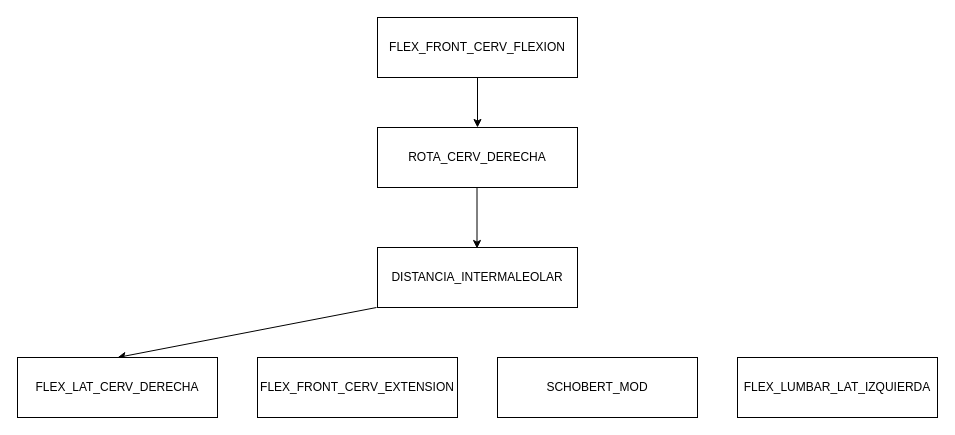
Earlier version of the draw.io diagram Untitled Diagram.drawio (jcmartinmu/bayes_cluster). Source tidied: cells renumbered, new cells numbered last; positions are measured from the earlier drawing's top-left corner, leaving out a move shared by most shapes. Both pictures are drawn from the tidied source at 100%, with x=0, y=0 at pixel (17, 17).
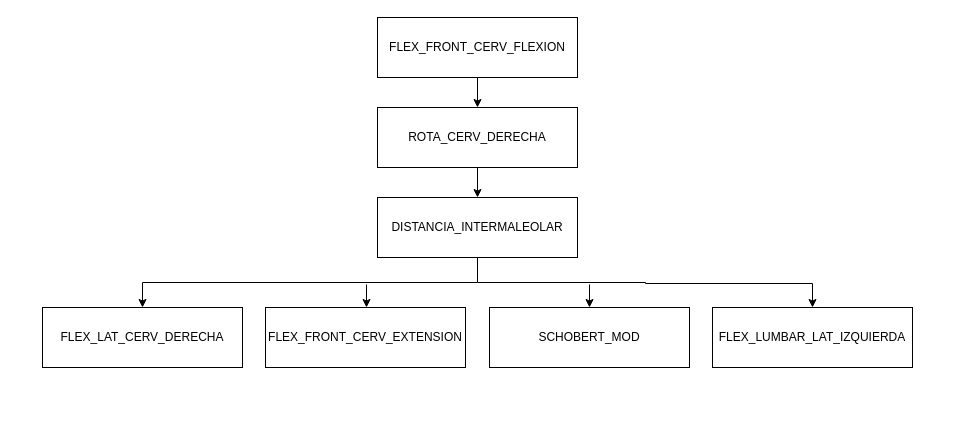
After the change.

Commit message:
mapa para artículo

What changed in the source:
```diff
@@
 <mxGraphModel>
   <root>
     <mxCell id="0" />
     <mxCell id="1" parent="0" />
+    <mxCell id="3" style="edgeStyle=orthogonalEdgeStyle;rounded=0;jettySize=auto;html=1;exitX=0.5;exitY=1;exitDx=0;exitDy=0;entryX=0.5;entryY=0;entryDx=0;entryDy=0;" parent="1" edge="1" source="2" target="4">
+      <mxGeometry relative="1" as="geometry" />
+    </mxCell>
     <mxCell id="2" value="FLEX_FRONT_CERV_FLEXION" style="rounded=0;whiteSpace=wrap;html=1;" parent="1" vertex="1">
       <mxGeometry x="360" width="200" height="60" as="geometry" />
     </mxCell>
-    <mxCell id="3" style="endArrow=classic;html=1;rounded=0;entryX=0.5;entryY=0;entryDx=0;entryDy=0;exitX=0.5;exitY=1;exitDx=0;exitDy=0;" parent="1" edge="1" source="2" target="4">
-      <mxGeometry relative="1" as="geometry" />
-    </mxCell>
+    <mxCell id="12" style="edgeStyle=orthogonalEdgeStyle;rounded=0;jettySize=auto;html=1;exitX=0.5;exitY=1;exitDx=0;exitDy=0;entryX=0.5;entryY=0;entryDx=0;entryDy=0;" parent="1" edge="1" source="4" target="7">
+      <mxGeometry relative="1" as="geometry" />
+    </mxCell>
     <mxCell id="4" value="ROTA_CERV_DERECHA" style="rounded=0;whiteSpace=wrap;html=1;" parent="1" vertex="1">
-      <mxGeometry x="360" y="110" width="200" height="60" as="geometry" />
+      <mxGeometry x="360" y="90" width="200" height="60" as="geometry" />
     </mxCell>
     <mxCell id="5" value="FLEX_FRONT_CERV_EXTENSION" style="rounded=0;whiteSpace=wrap;html=1;" parent="1" vertex="1">
-      <mxGeometry x="240" y="340" width="200" height="60" as="geometry" />
+      <mxGeometry x="248" y="290" width="200" height="60" as="geometry" />
     </mxCell>
-    <mxCell id="6" style="endArrow=classic;html=1;rounded=0;exitX=0.5;exitY=1;exitDx=0;exitDy=0;entryX=0.5;entryY=0;entryDx=0;entryDy=0;" parent="1" edge="1" target="9">
-      <mxGeometry relative="1" as="geometry">
-        <mxPoint x="359" y="290" as="sourcePoint" />
-      </mxGeometry>
-    </mxCell>
+    <mxCell id="13" style="edgeStyle=orthogonalEdgeStyle;rounded=0;jettySize=auto;html=1;exitX=0.5;exitY=1;exitDx=0;exitDy=0;entryX=0.5;entryY=0;entryDx=0;entryDy=0;" parent="1" edge="1" source="7" target="9">
+      <mxGeometry relative="1" as="geometry" />
+    </mxCell>
+    <mxCell id="14" style="edgeStyle=orthogonalEdgeStyle;rounded=0;jettySize=auto;html=1;entryX=0.5;entryY=0;entryDx=0;entryDy=0;" parent="1" edge="1" target="11">
+      <mxGeometry relative="1" as="geometry">
+        <mxPoint x="460" y="265" as="sourcePoint" />
+        <Array as="points">
+          <mxPoint x="628" y="265" />
+          <mxPoint x="795" y="266" />
+        </Array>
+      </mxGeometry>
+    </mxCell>
     <mxCell id="7" value="DISTANCIA_INTERMALEOLAR" style="rounded=0;whiteSpace=wrap;html=1;" parent="1" vertex="1">
-      <mxGeometry x="360" y="230" width="200" height="60" as="geometry" />
+      <mxGeometry x="360" y="180" width="200" height="60" as="geometry" />
     </mxCell>
-    <mxCell id="8" style="endArrow=classic;html=1;rounded=0;exitX=0.5;exitY=1;exitDx=0;exitDy=0;entryX=0.5;entryY=0;entryDx=0;entryDy=0;" parent="1" edge="1">
-      <mxGeometry relative="1" as="geometry">
-        <mxPoint x="459.5" y="170" as="sourcePoint" />
-        <mxPoint x="459.5" y="231" as="targetPoint" />
-      </mxGeometry>
-    </mxCell>
     <mxCell id="9" value="FLEX_LAT_CERV_DERECHA" style="rounded=0;whiteSpace=wrap;html=1;" parent="1" vertex="1">
-      <mxGeometry y="340" width="200" height="60" as="geometry" />
+      <mxGeometry x="25" y="290" width="200" height="60" as="geometry" />
     </mxCell>
     <mxCell id="10" value="SCHOBERT_MOD" style="rounded=0;whiteSpace=wrap;html=1;" parent="1" vertex="1">
-      <mxGeometry x="480" y="340" width="200" height="60" as="geometry" />
+      <mxGeometry x="472" y="290" width="200" height="60" as="geometry" />
     </mxCell>
     <mxCell id="11" value="FLEX_LUMBAR_LAT_IZQUIERDA" style="rounded=0;whiteSpace=wrap;html=1;" parent="1" vertex="1">
-      <mxGeometry x="720" y="340" width="200" height="60" as="geometry" />
+      <mxGeometry x="695" y="290" width="200" height="60" as="geometry" />
     </mxCell>
+    <mxCell id="15" style="endArrow=classic;html=1;rounded=0;" parent="1" edge="1">
+      <mxGeometry relative="1" as="geometry">
+        <mxPoint x="572" y="267" as="sourcePoint" />
+        <mxPoint x="572" y="290" as="targetPoint" />
+      </mxGeometry>
+    </mxCell>
+    <mxCell id="16" style="endArrow=classic;html=1;rounded=0;" parent="1" edge="1">
+      <mxGeometry relative="1" as="geometry">
+        <mxPoint x="349" y="267" as="sourcePoint" />
+        <mxPoint x="349" y="290" as="targetPoint" />
+      </mxGeometry>
+    </mxCell>
   </root>
 </mxGraphModel>
```
